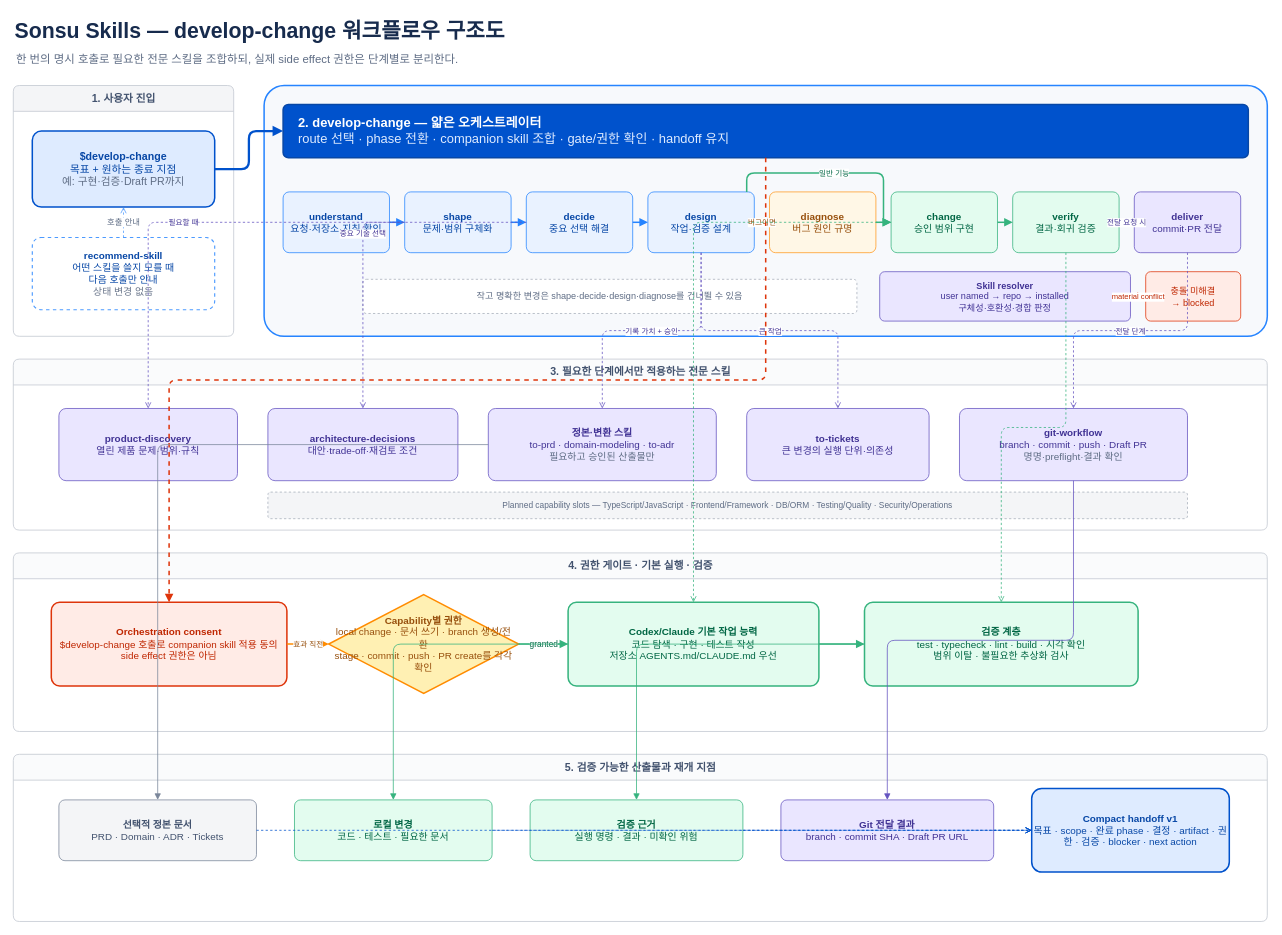
The draw.io diagram docs/design/develop-change-workflow.drawio in sonsu-lee/skills, before the edit. Source tidied: cells renumbered, new cells numbered last; positions are measured from the earlier drawing's top-left corner, leaving out a move shared by most shapes. Both pictures are drawn from the tidied source at 76%, with x=0, y=0 at pixel (13, 13).
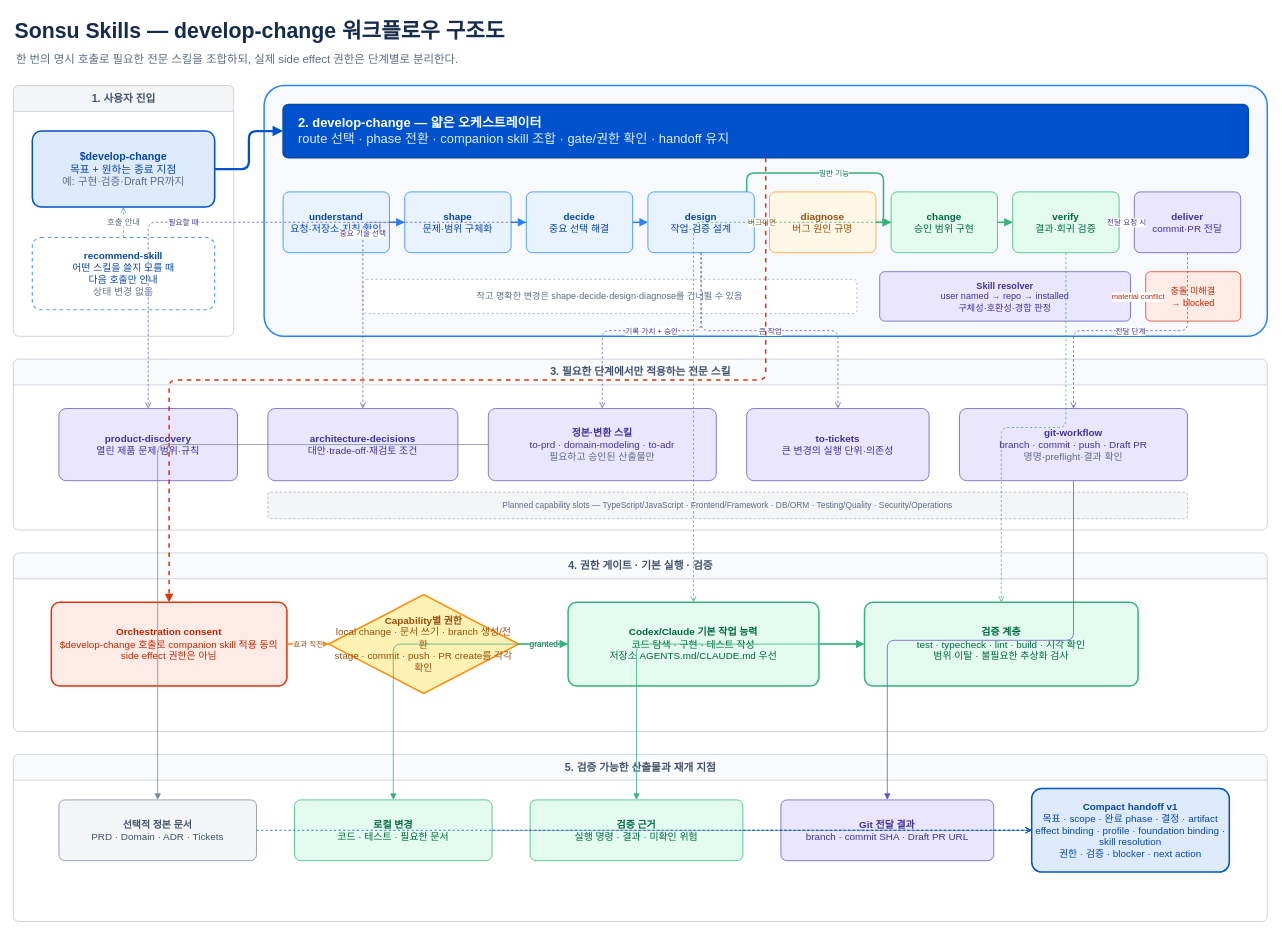
After the change.

Commit message (it also covers changes not shown here):
fix(develop-change): bind effects to current state

What changed in the source:
```diff
@@
-    <mxCell id="37" value="&lt;b&gt;Compact handoff v1&lt;/b&gt;&lt;br&gt;목표 · scope · 완료 phase · 결정 · artifact · 권한 · 검증 · blocker · next action" style="rounded=1;whiteSpace=wrap;html=1;arcSize=12;fillColor=#DEEBFF;strokeColor=#0052CC;strokeWidth=2;fontColor=#0747A6;fontSize=13;align=center;verticalAlign=middle;" parent="1" vertex="1">
+    <mxCell id="37" value="&lt;b&gt;Compact handoff v1&lt;/b&gt;&lt;br&gt;목표 · scope · 완료 phase · 결정 · artifact&lt;br&gt;effect binding · profile · foundation binding · skill resolution&lt;br&gt;권한 · 검증 · blocker · next action" style="rounded=1;whiteSpace=wrap;html=1;arcSize=12;fillColor=#DEEBFF;strokeColor=#0052CC;strokeWidth=2;fontColor=#0747A6;fontSize=13;align=center;verticalAlign=middle;" parent="1" vertex="1">
       <mxGeometry x="1340" y="1020" width="260" height="110" as="geometry" />
     </mxCell>
```
